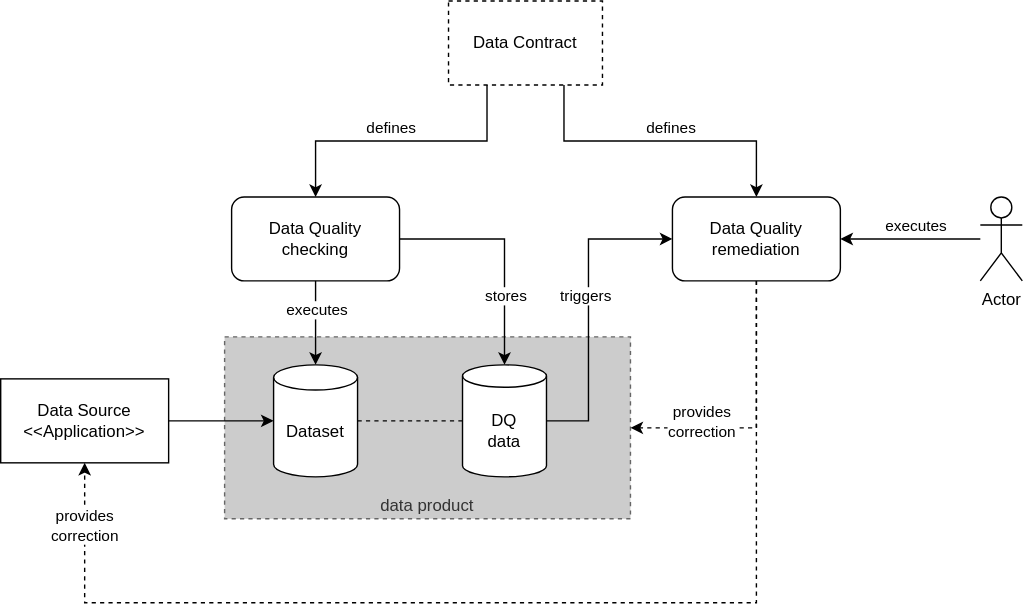
Earlier version of the draw.io export data/test.drawio.svg (insidin/architecture). Source tidied: cells renumbered, new cells last; positions are measured from the earlier drawing's top-left corner, leaving out a move shared by most shapes. Its diagram source:
```xml
<mxGraphModel>
  <root>
    <mxCell id="0" />
    <mxCell id="1" parent="0" />
    <mxCell id="2" value="data product" style="rounded=0;whiteSpace=wrap;html=1;fillColor=#CCCCCC;dashed=1;fontColor=#333333;strokeColor=#666666;verticalAlign=bottom;" parent="1" vertex="1">
      <mxGeometry x="160" y="240" width="290" height="130" as="geometry" />
    </mxCell>
    <mxCell id="3" style="edgeStyle=orthogonalEdgeStyle;rounded=0;jettySize=auto;html=1;exitX=0.75;exitY=1;exitDx=0;exitDy=0;" parent="1" edge="1" source="5" target="21">
      <mxGeometry relative="1" as="geometry" />
    </mxCell>
    <mxCell id="4" value="defines" style="edgeLabel;html=1;align=center;verticalAlign=middle;" parent="3" vertex="1">
      <mxGeometry x="0.07" relative="1" as="geometry">
        <mxPoint x="-1" y="-10" as="offset" />
      </mxGeometry>
    </mxCell>
    <mxCell id="5" value="Data Contract" style="rounded=0;whiteSpace=wrap;html=1;dashed=1;fillColor=none;" parent="1" vertex="1">
      <mxGeometry x="320" width="110" height="60" as="geometry" />
    </mxCell>
    <mxCell id="6" value="Data Quality &lt;br&gt;checking" style="rounded=1;whiteSpace=wrap;html=1;" parent="1" vertex="1">
      <mxGeometry x="165" y="140" width="120" height="60" as="geometry" />
    </mxCell>
    <mxCell id="7" value="Dataset" style="shape=cylinder3;whiteSpace=wrap;html=1;boundedLbl=1;backgroundOutline=1;size=9;" parent="1" vertex="1">
      <mxGeometry x="195" y="260" width="60" height="80" as="geometry" />
    </mxCell>
    <mxCell id="8" style="endArrow=classic;html=1;rounded=0;exitX=0.25;exitY=1;exitDx=0;exitDy=0;entryX=0.5;entryY=0;entryDx=0;entryDy=0;edgeStyle=orthogonalEdgeStyle;" parent="1" edge="1" source="5" target="6">
      <mxGeometry relative="1" as="geometry" />
    </mxCell>
    <mxCell id="9" value="defines" style="edgeLabel;html=1;align=center;verticalAlign=middle;" parent="8" vertex="1">
      <mxGeometry x="0.03" y="1" relative="1" as="geometry">
        <mxPoint x="-4" y="-11" as="offset" />
      </mxGeometry>
    </mxCell>
    <mxCell id="10" style="endArrow=classic;html=1;rounded=0;exitX=0.5;exitY=1;exitDx=0;exitDy=0;entryX=0.5;entryY=0;entryDx=0;entryDy=0;entryPerimeter=0;" parent="1" edge="1" source="6" target="7">
      <mxGeometry relative="1" as="geometry" />
    </mxCell>
    <mxCell id="11" value="executes" style="edgeLabel;html=1;align=center;verticalAlign=middle;" parent="10" vertex="1">
      <mxGeometry x="-0.03" y="-1" relative="1" as="geometry">
        <mxPoint x="1" y="-9" as="offset" />
      </mxGeometry>
    </mxCell>
    <mxCell id="12" value="Data Source&lt;br&gt;&amp;lt;&amp;lt;Application&amp;gt;&amp;gt;" style="rounded=0;whiteSpace=wrap;html=1;" parent="1" vertex="1">
      <mxGeometry y="270" width="120" height="60" as="geometry" />
    </mxCell>
    <mxCell id="13" style="endArrow=classic;html=1;rounded=0;exitX=1;exitY=0.5;exitDx=0;exitDy=0;" parent="1" edge="1" source="12" target="7">
      <mxGeometry relative="1" as="geometry" />
    </mxCell>
    <mxCell id="14" style="edgeStyle=orthogonalEdgeStyle;rounded=0;jettySize=auto;html=1;exitX=1;exitY=0.5;exitDx=0;exitDy=0;entryX=0;entryY=0.5;entryDx=0;entryDy=0;startArrow=none;startFill=0;exitPerimeter=0;" parent="1" edge="1" source="16" target="21">
      <mxGeometry relative="1" as="geometry">
        <Array as="points">
          <mxPoint x="420" y="300" />
          <mxPoint x="420" y="170" />
        </Array>
      </mxGeometry>
    </mxCell>
    <mxCell id="15" value="triggers" style="edgeLabel;html=1;align=center;verticalAlign=middle;" parent="14" vertex="1">
      <mxGeometry y="3" relative="1" as="geometry">
        <mxPoint y="-10" as="offset" />
      </mxGeometry>
    </mxCell>
    <mxCell id="16" value="DQ &lt;br&gt;data" style="shape=cylinder3;whiteSpace=wrap;html=1;boundedLbl=1;backgroundOutline=1;size=8;" parent="1" vertex="1">
      <mxGeometry x="330" y="260" width="60" height="80" as="geometry" />
    </mxCell>
    <mxCell id="17" style="endArrow=classic;html=1;rounded=0;exitX=1;exitY=0.5;exitDx=0;exitDy=0;entryX=0.5;entryY=0;entryDx=0;entryDy=0;entryPerimeter=0;edgeStyle=orthogonalEdgeStyle;" parent="1" edge="1" source="6" target="16">
      <mxGeometry relative="1" as="geometry" />
    </mxCell>
    <mxCell id="18" value="stores" style="edgeLabel;html=1;align=center;verticalAlign=middle;" parent="17" vertex="1">
      <mxGeometry x="-0.22" relative="1" as="geometry">
        <mxPoint x="11" y="40" as="offset" />
      </mxGeometry>
    </mxCell>
    <mxCell id="19" style="edgeStyle=orthogonalEdgeStyle;rounded=0;jettySize=auto;html=1;exitX=0.5;exitY=1;exitDx=0;exitDy=0;entryX=0.5;entryY=1;entryDx=0;entryDy=0;dashed=1;" parent="1" edge="1" source="21" target="12">
      <mxGeometry relative="1" as="geometry">
        <Array as="points">
          <mxPoint x="540" y="430" />
          <mxPoint x="60" y="430" />
        </Array>
      </mxGeometry>
    </mxCell>
    <mxCell id="20" value="provides &lt;br&gt;correction" style="edgeLabel;html=1;align=center;verticalAlign=middle;" parent="19" vertex="1">
      <mxGeometry x="0.89" y="1" relative="1" as="geometry" />
    </mxCell>
    <mxCell id="21" value="Data Quality remediation" style="rounded=1;whiteSpace=wrap;html=1;" parent="1" vertex="1">
      <mxGeometry x="480" y="140" width="120" height="60" as="geometry" />
    </mxCell>
    <mxCell id="22" style="edgeStyle=orthogonalEdgeStyle;rounded=0;jettySize=auto;html=1;exitX=0.5;exitY=1;exitDx=0;exitDy=0;entryX=1;entryY=0.5;entryDx=0;entryDy=0;dashed=1;" parent="1" edge="1" source="21" target="2">
      <mxGeometry relative="1" as="geometry">
        <Array as="points">
          <mxPoint x="540" y="305" />
        </Array>
      </mxGeometry>
    </mxCell>
    <mxCell id="23" value="provides &lt;br&gt;correction" style="edgeLabel;html=1;align=center;verticalAlign=middle;" parent="22" vertex="1">
      <mxGeometry x="0.88" y="-1" relative="1" as="geometry">
        <mxPoint x="38" y="-4" as="offset" />
      </mxGeometry>
    </mxCell>
    <mxCell id="24" style="edgeStyle=orthogonalEdgeStyle;rounded=0;jettySize=auto;html=1;" parent="1" edge="1" source="26" target="21">
      <mxGeometry relative="1" as="geometry" />
    </mxCell>
    <mxCell id="25" value="executes" style="edgeLabel;html=1;align=center;verticalAlign=middle;" parent="24" vertex="1">
      <mxGeometry x="-0.07" relative="1" as="geometry">
        <mxPoint y="-10" as="offset" />
      </mxGeometry>
    </mxCell>
    <mxCell id="26" value="Actor" style="shape=umlActor;verticalLabelPosition=bottom;verticalAlign=top;html=1;outlineConnect=0;" parent="1" vertex="1">
      <mxGeometry x="700" y="140" width="30" height="60" as="geometry" />
    </mxCell>
    <mxCell id="27" style="endArrow=none;html=1;rounded=0;exitX=1;exitY=0.5;exitDx=0;exitDy=0;exitPerimeter=0;entryX=0;entryY=0.5;entryDx=0;entryDy=0;entryPerimeter=0;dashed=1;" parent="1" edge="1" source="7" target="16">
      <mxGeometry relative="1" as="geometry" />
    </mxCell>
  </root>
</mxGraphModel>
```
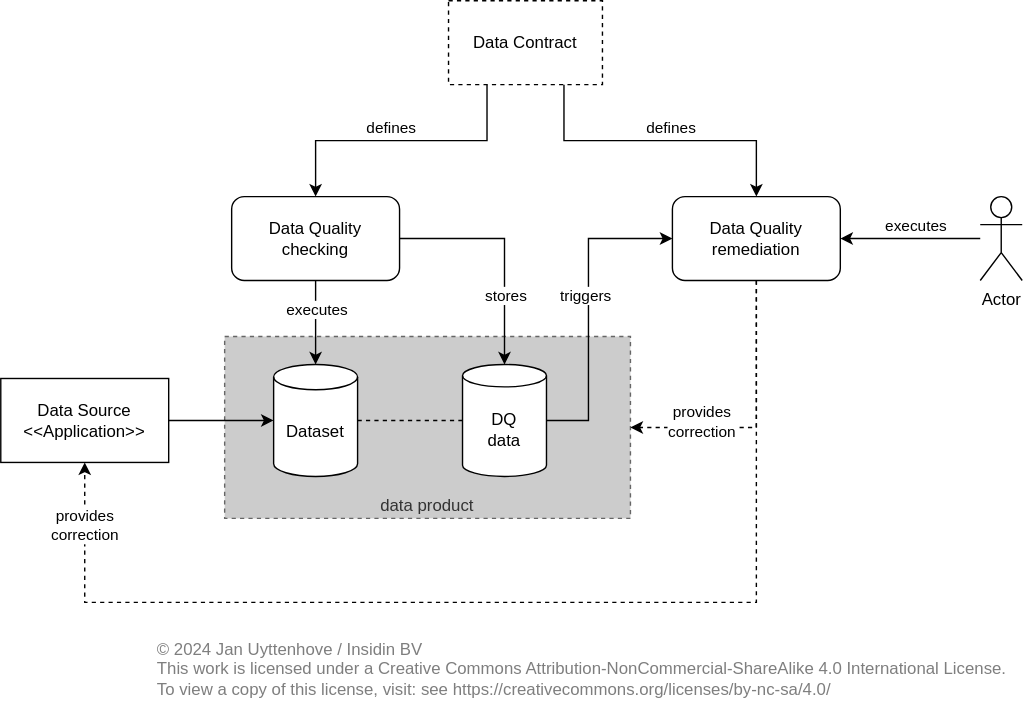
The same diagram one commit later.

Commit message:
added copyright & license

What changed in the source:
```diff
@@ -108,5 +108,9 @@
     <mxCell id="27" style="endArrow=none;html=1;rounded=0;exitX=1;exitY=0.5;exitDx=0;exitDy=0;exitPerimeter=0;entryX=0;entryY=0.5;entryDx=0;entryDy=0;entryPerimeter=0;dashed=1;" parent="1" edge="1" source="7" target="16">
       <mxGeometry relative="1" as="geometry" />
     </mxCell>
+    <mxCell id="28" value="Watermark" parent="0" />
+    <mxCell id="29" value="&lt;div&gt;© 2024 Jan Uyttenhove / Insidin BV&lt;/div&gt;&lt;div&gt;This work is licensed under a Creative Commons Attribution-NonCommercial-ShareAlike 4.0 International License.&lt;/div&gt;&lt;div&gt;To view a copy of this license, visit: see https://creativecommons.org/licenses/by-nc-sa/4.0/&lt;/div&gt;&lt;div&gt;&lt;br&gt;&lt;/div&gt;" style="whiteSpace=wrap;html=1;align=left;verticalAlign=top;fillColor=none;strokeColor=none;textOpacity=50;" parent="28" vertex="1">
+      <mxGeometry x="110" y="450" width="620" height="60" as="geometry" />
+    </mxCell>
   </root>
 </mxGraphModel>
```
